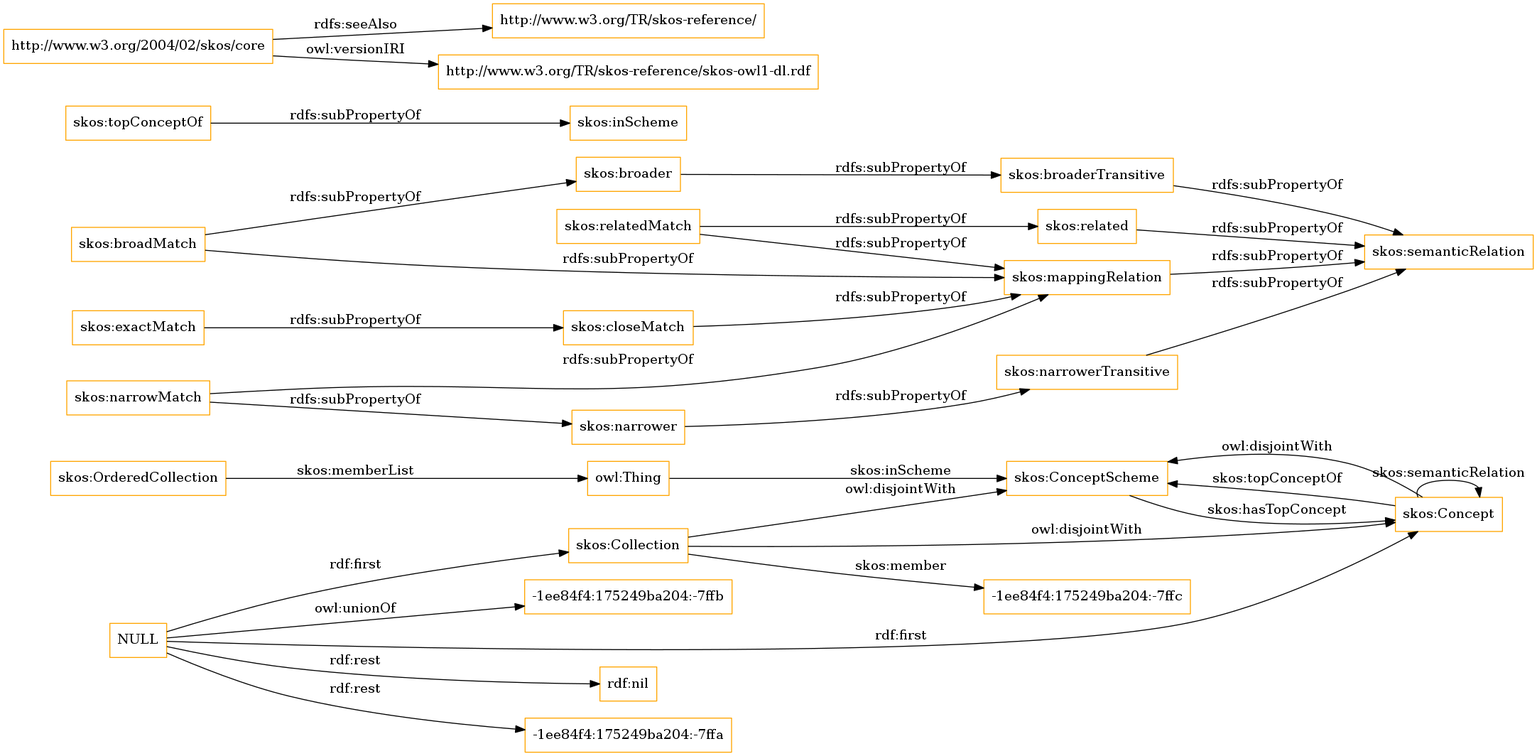
This is OnToology/imports/skos.owl/diagrams/ar2dtool-class/skos.owl.png from OnToologyUser/core-ontology-1, a Graphviz export, as it was before one commit. Its source is kept beside it as OnToology/imports/skos.owl/diagrams/ar2dtool-class/skos.owl.png.dot.
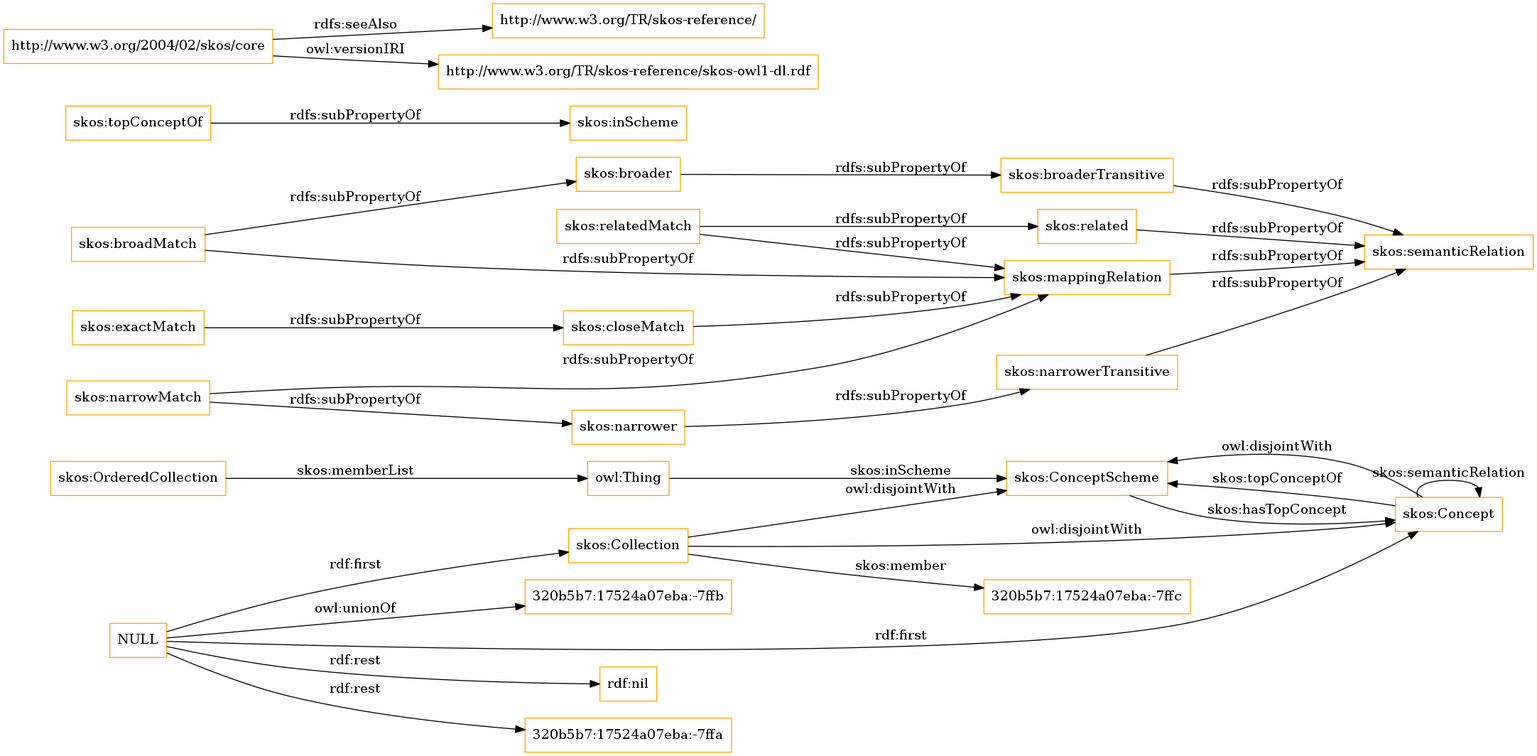
After the change.

Change to the diagram source:
```diff
@@ -1,13 +1,13 @@
 digraph ar2dtool_diagram {
 rankdir=LR;
 size="1501"
-node [shape = rectangle, color="orange"]; "skos:OrderedCollection" "skos:ConceptScheme" "skos:Concept" "skos:Collection" "-1ee84f4:175249ba204:-7ffc" ; /*classes style*/
+node [shape = rectangle, color="orange"]; "skos:OrderedCollection" "skos:ConceptScheme" "skos:Concept" "skos:Collection" "320b5b7:17524a07eba:-7ffc" ; /*classes style*/
 	"skos:narrowerTransitive" -> "skos:semanticRelation" [ label = "rdfs:subPropertyOf" ];
 	"NULL" -> "rdf:nil" [ label = "rdf:rest" ];
 	"NULL" -> "skos:Concept" [ label = "rdf:first" ];
-	"NULL" -> "-1ee84f4:175249ba204:-7ffa" [ label = "rdf:rest" ];
+	"NULL" -> "320b5b7:17524a07eba:-7ffa" [ label = "rdf:rest" ];
 	"NULL" -> "skos:Collection" [ label = "rdf:first" ];
-	"NULL" -> "-1ee84f4:175249ba204:-7ffb" [ label = "owl:unionOf" ];
+	"NULL" -> "320b5b7:17524a07eba:-7ffb" [ label = "owl:unionOf" ];
 	"skos:closeMatch" -> "skos:mappingRelation" [ label = "rdfs:subPropertyOf" ];
 	"skos:Concept" -> "skos:ConceptScheme" [ label = "owl:disjointWith" ];
 	"skos:relatedMatch" -> "skos:related" [ label = "rdfs:subPropertyOf" ];
@@ -30,7 +30,7 @@
 	"skos:OrderedCollection" -> "owl:Thing" [ label = "skos:memberList" ];
 	"skos:Concept" -> "skos:ConceptScheme" [ label = "skos:topConceptOf" ];
 	"skos:Concept" -> "skos:Concept" [ label = "skos:semanticRelation" ];
-	"skos:Collection" -> "-1ee84f4:175249ba204:-7ffc" [ label = "skos:member" ];
+	"skos:Collection" -> "320b5b7:17524a07eba:-7ffc" [ label = "skos:member" ];
 	"skos:ConceptScheme" -> "skos:Concept" [ label = "skos:hasTopConcept" ];
 	"owl:Thing" -> "skos:ConceptScheme" [ label = "skos:inScheme" ];
 
```
